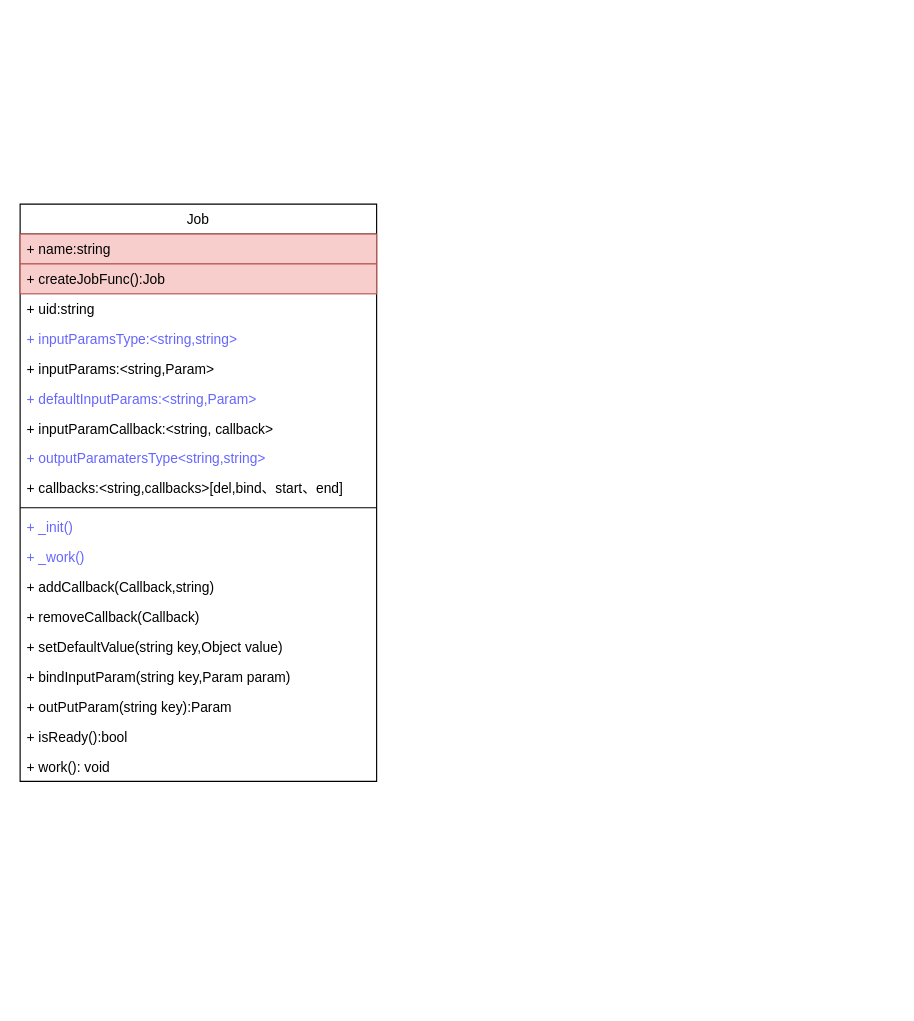
This is 未命名绘图.drawio from GameJim/resources, a draw.io file, before an edit. Source tidied: cells renumbered, new cells numbered last; positions are measured from the earlier drawing's top-left corner, leaving out a move shared by most shapes. Both pictures are drawn from the tidied source at 115%, with x=0, y=0 at pixel (20, 204).
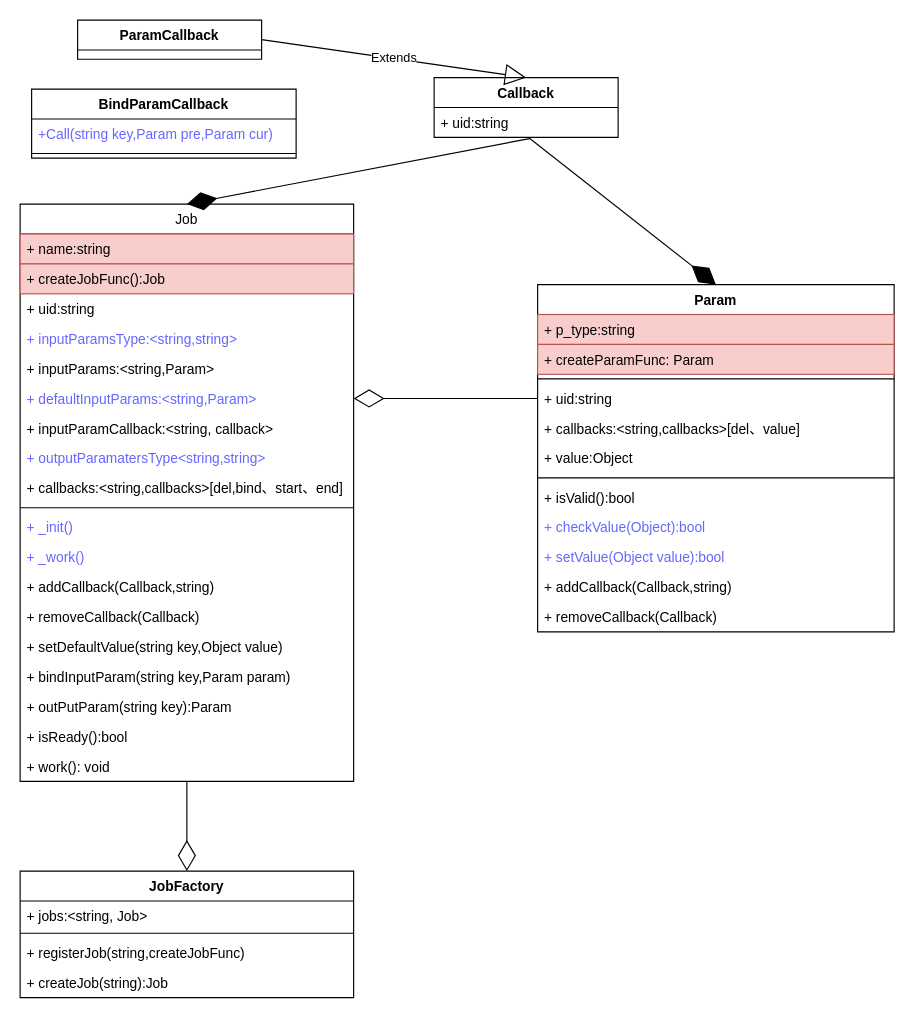
The same diagram, later.

What changed in the source:
```diff
@@
     <mxCell id="2" value="Job" style="swimlane;fontStyle=0;horizontal=1;startSize=26;fillColor=none;" parent="1" vertex="1">
-      <mxGeometry width="310" height="502" as="geometry" />
+      <mxGeometry width="290" height="502" as="geometry" />
     </mxCell>
     <mxCell id="3" value="+ name:string" style="text;strokeColor=#b85450;fillColor=#f8cecc;align=left;verticalAlign=top;spacingLeft=4;spacingRight=4;overflow=hidden;" parent="2" vertex="1">
-      <mxGeometry y="26" width="310" height="26" as="geometry" />
+      <mxGeometry y="26" width="290" height="26" as="geometry" />
     </mxCell>
     <mxCell id="4" value="+ createJobFunc():Job" style="text;strokeColor=#b85450;fillColor=#f8cecc;align=left;verticalAlign=top;spacingLeft=4;spacingRight=4;overflow=hidden;" parent="2" vertex="1">
-      <mxGeometry y="52" width="310" height="26" as="geometry" />
+      <mxGeometry y="52" width="290" height="26" as="geometry" />
     </mxCell>
     <mxCell id="5" value="+ uid:string" style="text;strokeColor=none;fillColor=none;align=left;verticalAlign=top;spacingLeft=4;spacingRight=4;overflow=hidden;" parent="2" vertex="1">
-      <mxGeometry y="78" width="310" height="26" as="geometry" />
+      <mxGeometry y="78" width="290" height="26" as="geometry" />
     </mxCell>
     <mxCell id="6" value="+ inputParamsType:&lt;string,string&gt;" style="text;strokeColor=none;fillColor=none;align=left;verticalAlign=top;spacingLeft=4;spacingRight=4;overflow=hidden;fontColor=#6666FF;" parent="2" vertex="1">
-      <mxGeometry y="104" width="310" height="26" as="geometry" />
+      <mxGeometry y="104" width="290" height="26" as="geometry" />
     </mxCell>
     <mxCell id="7" value="+ inputParams:&lt;string,Param&gt;" style="text;strokeColor=none;fillColor=none;align=left;verticalAlign=top;spacingLeft=4;spacingRight=4;overflow=hidden;" parent="2" vertex="1">
-      <mxGeometry y="130" width="310" height="26" as="geometry" />
+      <mxGeometry y="130" width="290" height="26" as="geometry" />
     </mxCell>
     <mxCell id="8" value="+ defaultInputParams:&lt;string,Param&gt;" style="text;strokeColor=none;fillColor=none;align=left;verticalAlign=top;spacingLeft=4;spacingRight=4;overflow=hidden;points=[[0,0.5],[1,0.5]];portConstraint=eastwest;fontColor=#6666FF;" parent="2" vertex="1">
-      <mxGeometry y="156" width="310" height="26" as="geometry" />
+      <mxGeometry y="156" width="290" height="26" as="geometry" />
     </mxCell>
     <mxCell id="9" value="+ inputParamCallback:&lt;string, callback&gt;" style="text;strokeColor=none;fillColor=none;align=left;verticalAlign=top;spacingLeft=4;spacingRight=4;overflow=hidden;" parent="2" vertex="1">
-      <mxGeometry y="182" width="310" height="26" as="geometry" />
+      <mxGeometry y="182" width="290" height="26" as="geometry" />
     </mxCell>
     <mxCell id="10" value="+ outputParamatersType&lt;string,string&gt;" style="text;strokeColor=none;fillColor=none;align=left;verticalAlign=top;spacingLeft=4;spacingRight=4;overflow=hidden;fontColor=#6666FF;" parent="2" vertex="1">
-      <mxGeometry y="208" width="310" height="26" as="geometry" />
+      <mxGeometry y="208" width="290" height="26" as="geometry" />
     </mxCell>
     <mxCell id="11" value="+ callbacks:&lt;string,callbacks&gt;[del,bind、start、end]" style="text;strokeColor=none;fillColor=none;align=left;verticalAlign=top;spacingLeft=4;spacingRight=4;overflow=hidden;fontColor=#000000;" parent="2" vertex="1">
-      <mxGeometry y="234" width="310" height="26" as="geometry" />
+      <mxGeometry y="234" width="290" height="26" as="geometry" />
     </mxCell>
     <mxCell id="12" style="line;strokeWidth=1;fillColor=none;align=left;verticalAlign=middle;spacingTop=-1;spacingLeft=3;spacingRight=3;labelPosition=right;fontColor=#000000;" parent="2" vertex="1">
-      <mxGeometry y="260" width="310" height="8" as="geometry" />
+      <mxGeometry y="260" width="290" height="8" as="geometry" />
     </mxCell>
     <mxCell id="13" value="+ _init()" style="text;strokeColor=none;fillColor=none;align=left;verticalAlign=top;spacingLeft=4;spacingRight=4;overflow=hidden;fontColor=#6666FF;" parent="2" vertex="1">
-      <mxGeometry y="268" width="310" height="26" as="geometry" />
+      <mxGeometry y="268" width="290" height="26" as="geometry" />
     </mxCell>
     <mxCell id="14" value="+ _work()" style="text;strokeColor=none;fillColor=none;align=left;verticalAlign=top;spacingLeft=4;spacingRight=4;overflow=hidden;fontColor=#6666FF;" parent="2" vertex="1">
-      <mxGeometry y="294" width="310" height="26" as="geometry" />
+      <mxGeometry y="294" width="290" height="26" as="geometry" />
     </mxCell>
     <mxCell id="15" value="+ addCallback(Callback,string)" style="text;strokeColor=none;fillColor=none;align=left;verticalAlign=top;spacingLeft=4;spacingRight=4;overflow=hidden;fontColor=#000000;" parent="2" vertex="1">
-      <mxGeometry y="320" width="310" height="26" as="geometry" />
+      <mxGeometry y="320" width="290" height="26" as="geometry" />
     </mxCell>
     <mxCell id="16" value="+ removeCallback(Callback)" style="text;strokeColor=none;fillColor=none;align=left;verticalAlign=top;spacingLeft=4;spacingRight=4;overflow=hidden;fontColor=#000000;" parent="2" vertex="1">
-      <mxGeometry y="346" width="310" height="26" as="geometry" />
+      <mxGeometry y="346" width="290" height="26" as="geometry" />
     </mxCell>
     <mxCell id="17" value="+ setDefaultValue(string key,Object value)" style="text;strokeColor=none;fillColor=none;align=left;verticalAlign=top;spacingLeft=4;spacingRight=4;overflow=hidden;fontColor=#000000;" parent="2" vertex="1">
-      <mxGeometry y="372" width="310" height="26" as="geometry" />
+      <mxGeometry y="372" width="290" height="26" as="geometry" />
     </mxCell>
     <mxCell id="18" value="+ bindInputParam(string key,Param param)" style="text;strokeColor=none;fillColor=none;align=left;verticalAlign=top;spacingLeft=4;spacingRight=4;overflow=hidden;fontColor=#000000;" parent="2" vertex="1">
-      <mxGeometry y="398" width="310" height="26" as="geometry" />
+      <mxGeometry y="398" width="290" height="26" as="geometry" />
     </mxCell>
     <mxCell id="19" value="+ outPutParam(string key):Param" style="text;strokeColor=none;fillColor=none;align=left;verticalAlign=top;spacingLeft=4;spacingRight=4;overflow=hidden;fontColor=#000000;" parent="2" vertex="1">
-      <mxGeometry y="424" width="310" height="26" as="geometry" />
+      <mxGeometry y="424" width="290" height="26" as="geometry" />
     </mxCell>
     <mxCell id="20" value="+ isReady():bool" style="text;strokeColor=none;fillColor=none;align=left;verticalAlign=top;spacingLeft=4;spacingRight=4;overflow=hidden;fontColor=#000000;" parent="2" vertex="1">
-      <mxGeometry y="450" width="310" height="26" as="geometry" />
+      <mxGeometry y="450" width="290" height="26" as="geometry" />
     </mxCell>
     <mxCell id="21" value="+ work(): void" style="text;strokeColor=none;fillColor=none;align=left;verticalAlign=top;spacingLeft=4;spacingRight=4;overflow=hidden;points=[[0,0.5],[1,0.5]];portConstraint=eastwest;fontColor=#000000;" parent="2" vertex="1">
-      <mxGeometry y="476" width="310" height="26" as="geometry" />
+      <mxGeometry y="476" width="290" height="26" as="geometry" />
     </mxCell>
+    <mxCell id="22" value="Param" style="swimlane;fontStyle=1;align=center;verticalAlign=top;horizontal=1;startSize=26;fontColor=#000000;fillColor=default;" parent="1" vertex="1">
+      <mxGeometry x="450" y="70" width="310" height="302" as="geometry" />
+    </mxCell>
+    <mxCell id="23" value="+ p_type:string" style="text;strokeColor=#b85450;fillColor=#f8cecc;align=left;verticalAlign=top;spacingLeft=4;spacingRight=4;overflow=hidden;" parent="22" vertex="1">
+      <mxGeometry y="26" width="310" height="26" as="geometry" />
+    </mxCell>
+    <mxCell id="24" value="+ createParamFunc: Param" style="text;strokeColor=#b85450;fillColor=#f8cecc;align=left;verticalAlign=top;spacingLeft=4;spacingRight=4;overflow=hidden;" parent="22" vertex="1">
+      <mxGeometry y="52" width="310" height="26" as="geometry" />
+    </mxCell>
+    <mxCell id="25" style="line;strokeWidth=1;fillColor=none;align=left;verticalAlign=middle;spacingTop=-1;spacingLeft=3;spacingRight=3;labelPosition=right;fontColor=#000000;" parent="22" vertex="1">
+      <mxGeometry y="78" width="310" height="8" as="geometry" />
+    </mxCell>
+    <mxCell id="26" value="+ uid:string" style="text;strokeColor=none;fillColor=none;align=left;verticalAlign=top;spacingLeft=4;spacingRight=4;overflow=hidden;points=[[0,0.5],[1,0.5]];portConstraint=eastwest;fontColor=#000000;" parent="22" vertex="1">
+      <mxGeometry y="86" width="310" height="26" as="geometry" />
+    </mxCell>
+    <mxCell id="27" value="+ callbacks:&lt;string,callbacks&gt;[del、value]" style="text;strokeColor=none;fillColor=none;align=left;verticalAlign=top;spacingLeft=4;spacingRight=4;overflow=hidden;fontColor=#000000;" parent="22" vertex="1">
+      <mxGeometry y="112" width="310" height="26" as="geometry" />
+    </mxCell>
+    <mxCell id="28" value="+ value:Object" style="text;strokeColor=none;fillColor=none;align=left;verticalAlign=top;spacingLeft=4;spacingRight=4;overflow=hidden;fontColor=#000000;" parent="22" vertex="1">
+      <mxGeometry y="138" width="310" height="26" as="geometry" />
+    </mxCell>
+    <mxCell id="29" style="line;strokeWidth=1;fillColor=none;align=left;verticalAlign=middle;spacingTop=-1;spacingLeft=3;spacingRight=3;labelPosition=right;fontColor=#000000;" parent="22" vertex="1">
+      <mxGeometry y="164" width="310" height="8" as="geometry" />
+    </mxCell>
+    <mxCell id="30" value="+ isValid():bool" style="text;strokeColor=none;fillColor=none;align=left;verticalAlign=top;spacingLeft=4;spacingRight=4;overflow=hidden;fontColor=#000000;" parent="22" vertex="1">
+      <mxGeometry y="172" width="310" height="26" as="geometry" />
+    </mxCell>
+    <mxCell id="31" value="+ checkValue(Object):bool" style="text;strokeColor=none;fillColor=none;align=left;verticalAlign=top;spacingLeft=4;spacingRight=4;overflow=hidden;fontColor=#6666FF;" parent="22" vertex="1">
+      <mxGeometry y="198" width="310" height="26" as="geometry" />
+    </mxCell>
+    <mxCell id="32" value="+ setValue(Object value):bool" style="text;strokeColor=none;fillColor=none;align=left;verticalAlign=top;spacingLeft=4;spacingRight=4;overflow=hidden;fontColor=#6666FF;" parent="22" vertex="1">
+      <mxGeometry y="224" width="310" height="26" as="geometry" />
+    </mxCell>
+    <mxCell id="33" value="+ addCallback(Callback,string)" style="text;strokeColor=none;fillColor=none;align=left;verticalAlign=top;spacingLeft=4;spacingRight=4;overflow=hidden;fontColor=#000000;" parent="22" vertex="1">
+      <mxGeometry y="250" width="310" height="26" as="geometry" />
+    </mxCell>
+    <mxCell id="34" value="+ removeCallback(Callback)" style="text;strokeColor=none;fillColor=none;align=left;verticalAlign=top;spacingLeft=4;spacingRight=4;overflow=hidden;fontColor=#000000;" parent="22" vertex="1">
+      <mxGeometry y="276" width="310" height="26" as="geometry" />
+    </mxCell>
+    <mxCell id="35" value="Callback" style="swimlane;fontStyle=1;align=center;verticalAlign=top;horizontal=1;startSize=26;fontColor=#000000;fillColor=default;" parent="1" vertex="1">
+      <mxGeometry x="360" y="-110" width="160" height="52" as="geometry" />
+    </mxCell>
+    <mxCell id="36" value="+ uid:string" style="text;strokeColor=none;fillColor=none;align=left;verticalAlign=top;spacingLeft=4;spacingRight=4;overflow=hidden;points=[[0,0.5],[1,0.5]];portConstraint=eastwest;fontColor=#000000;" parent="35" vertex="1">
+      <mxGeometry y="26" width="160" height="26" as="geometry" />
+    </mxCell>
+    <mxCell id="37" style="endArrow=diamondThin;endFill=0;endSize=24;html=1;rounded=0;fontColor=#6666FF;entryX=1;entryY=0.5;entryDx=0;entryDy=0;exitX=0;exitY=0.5;exitDx=0;exitDy=0;" parent="1" edge="1" source="26" target="8">
+      <mxGeometry relative="1" as="geometry" />
+    </mxCell>
+    <mxCell id="38" style="endArrow=diamondThin;endFill=1;endSize=24;html=1;rounded=0;fontColor=#6666FF;entryX=0.5;entryY=0;entryDx=0;entryDy=0;exitX=0.513;exitY=1;exitDx=0;exitDy=0;exitPerimeter=0;" parent="1" edge="1" source="36" target="22">
+      <mxGeometry relative="1" as="geometry" />
+    </mxCell>
+    <mxCell id="39" style="endArrow=diamondThin;endFill=1;endSize=24;html=1;rounded=0;fontColor=#6666FF;entryX=0.5;entryY=0;entryDx=0;entryDy=0;exitX=0.519;exitY=1.038;exitDx=0;exitDy=0;exitPerimeter=0;" parent="1" edge="1" source="36" target="2">
+      <mxGeometry relative="1" as="geometry" />
+    </mxCell>
+    <mxCell id="40" value="ParamCallback" style="swimlane;fontStyle=1;align=center;verticalAlign=top;horizontal=1;startSize=26;fontColor=#000000;fillColor=default;" parent="1" vertex="1">
+      <mxGeometry x="50" y="-160" width="160" height="34" as="geometry" />
+    </mxCell>
+    <mxCell id="41" value="Extends" style="endArrow=block;endSize=16;endFill=0;html=1;rounded=0;fontColor=#000000;entryX=0.5;entryY=0;entryDx=0;entryDy=0;exitX=1;exitY=0.5;exitDx=0;exitDy=0;" parent="1" edge="1" source="40" target="35">
+      <mxGeometry relative="1" as="geometry" />
+    </mxCell>
+    <mxCell id="42" value="BindParamCallback" style="swimlane;fontStyle=1;align=center;verticalAlign=top;horizontal=1;startSize=26;fontColor=#000000;fillColor=default;" parent="1" vertex="1">
+      <mxGeometry x="10" y="-100" width="230" height="60" as="geometry" />
+    </mxCell>
+    <mxCell id="43" value="+Call(string key,Param pre,Param cur)" style="text;strokeColor=none;fillColor=none;align=left;verticalAlign=top;spacingLeft=4;spacingRight=4;overflow=hidden;fontColor=#6666FF;" parent="42" vertex="1">
+      <mxGeometry y="26" width="230" height="26" as="geometry" />
+    </mxCell>
+    <mxCell id="44" style="line;strokeWidth=1;fillColor=none;align=left;verticalAlign=middle;spacingTop=-1;spacingLeft=3;spacingRight=3;labelPosition=right;fontColor=#000000;" parent="42" vertex="1">
+      <mxGeometry y="52" width="230" height="8" as="geometry" />
+    </mxCell>
+    <mxCell id="45" value="JobFactory" style="swimlane;fontStyle=1;align=center;verticalAlign=top;horizontal=1;startSize=26;fontColor=#000000;fillColor=default;" parent="1" vertex="1">
+      <mxGeometry y="580" width="290" height="110" as="geometry" />
+    </mxCell>
+    <mxCell id="46" value="+ jobs:&lt;string, Job&gt;" style="text;strokeColor=none;fillColor=none;align=left;verticalAlign=top;spacingLeft=4;spacingRight=4;overflow=hidden;fontColor=#000000;" parent="45" vertex="1">
+      <mxGeometry y="26" width="290" height="24" as="geometry" />
+    </mxCell>
+    <mxCell id="47" style="line;strokeWidth=1;fillColor=none;align=left;verticalAlign=middle;spacingTop=-1;spacingLeft=3;spacingRight=3;labelPosition=right;fontColor=#000000;" parent="45" vertex="1">
+      <mxGeometry y="50" width="290" height="8" as="geometry" />
+    </mxCell>
+    <mxCell id="48" value="+ registerJob(string,createJobFunc)" style="text;strokeColor=none;fillColor=none;align=left;verticalAlign=top;spacingLeft=4;spacingRight=4;overflow=hidden;fontColor=#000000;" parent="45" vertex="1">
+      <mxGeometry y="58" width="290" height="26" as="geometry" />
+    </mxCell>
+    <mxCell id="49" value="+ createJob(string):Job" style="text;strokeColor=none;fillColor=none;align=left;verticalAlign=top;spacingLeft=4;spacingRight=4;overflow=hidden;fontColor=#000000;" parent="45" vertex="1">
+      <mxGeometry y="84" width="290" height="26" as="geometry" />
+    </mxCell>
+    <mxCell id="50" style="endArrow=diamondThin;endFill=0;endSize=24;html=1;rounded=0;fontColor=#6666FF;" parent="1" edge="1" source="21" target="45">
+      <mxGeometry relative="1" as="geometry" />
+    </mxCell>
```
